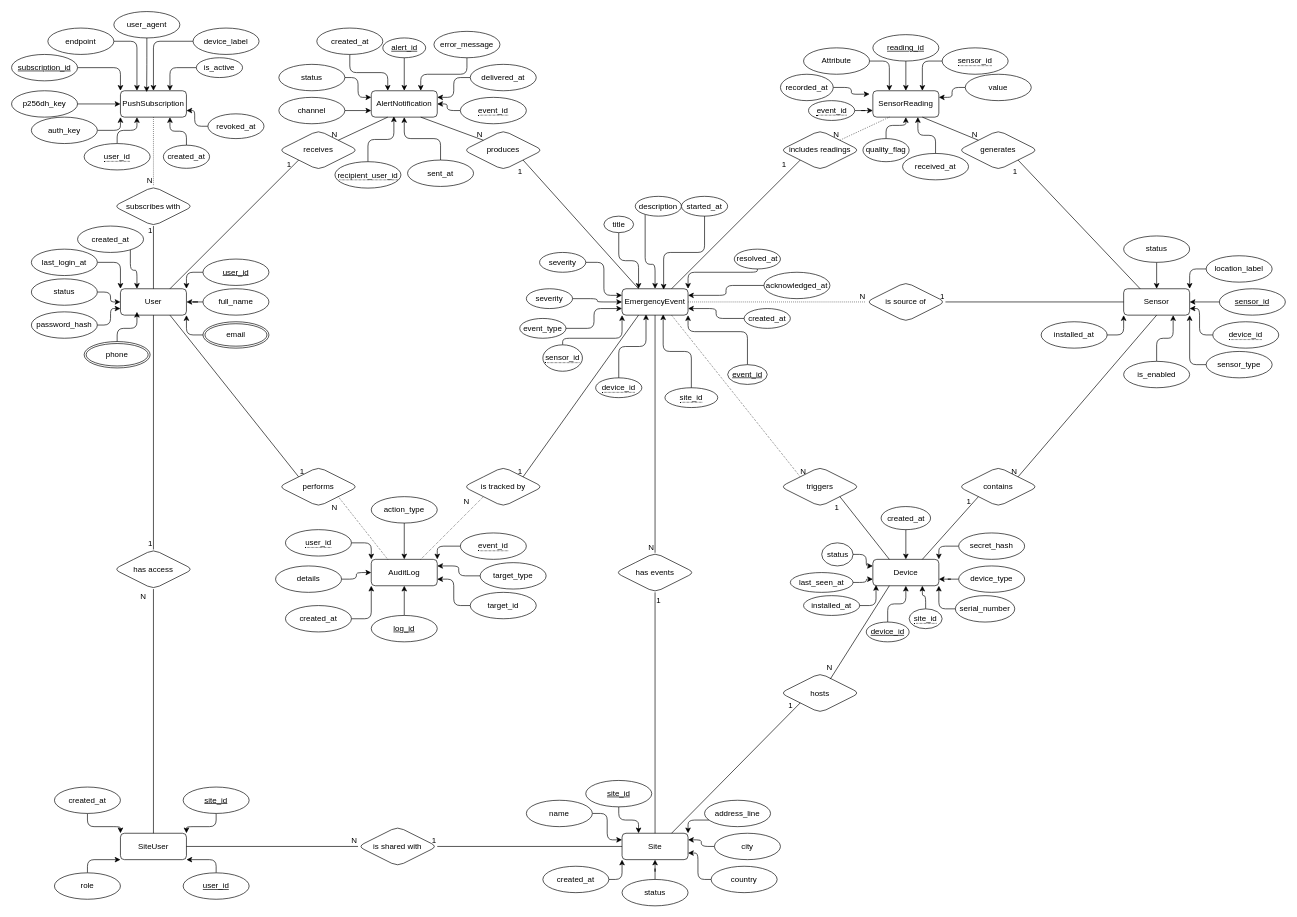
Above: docs/er-diagram.drawio in Komorb1/Grad-Project (draw.io), before the change. Source tidied: cells renumbered, new cells numbered last; positions are measured from the earlier drawing's top-left corner, leaving out a move shared by most shapes. Both pictures are drawn from the tidied source at 66%, with x=0, y=0 at pixel (11, 11).
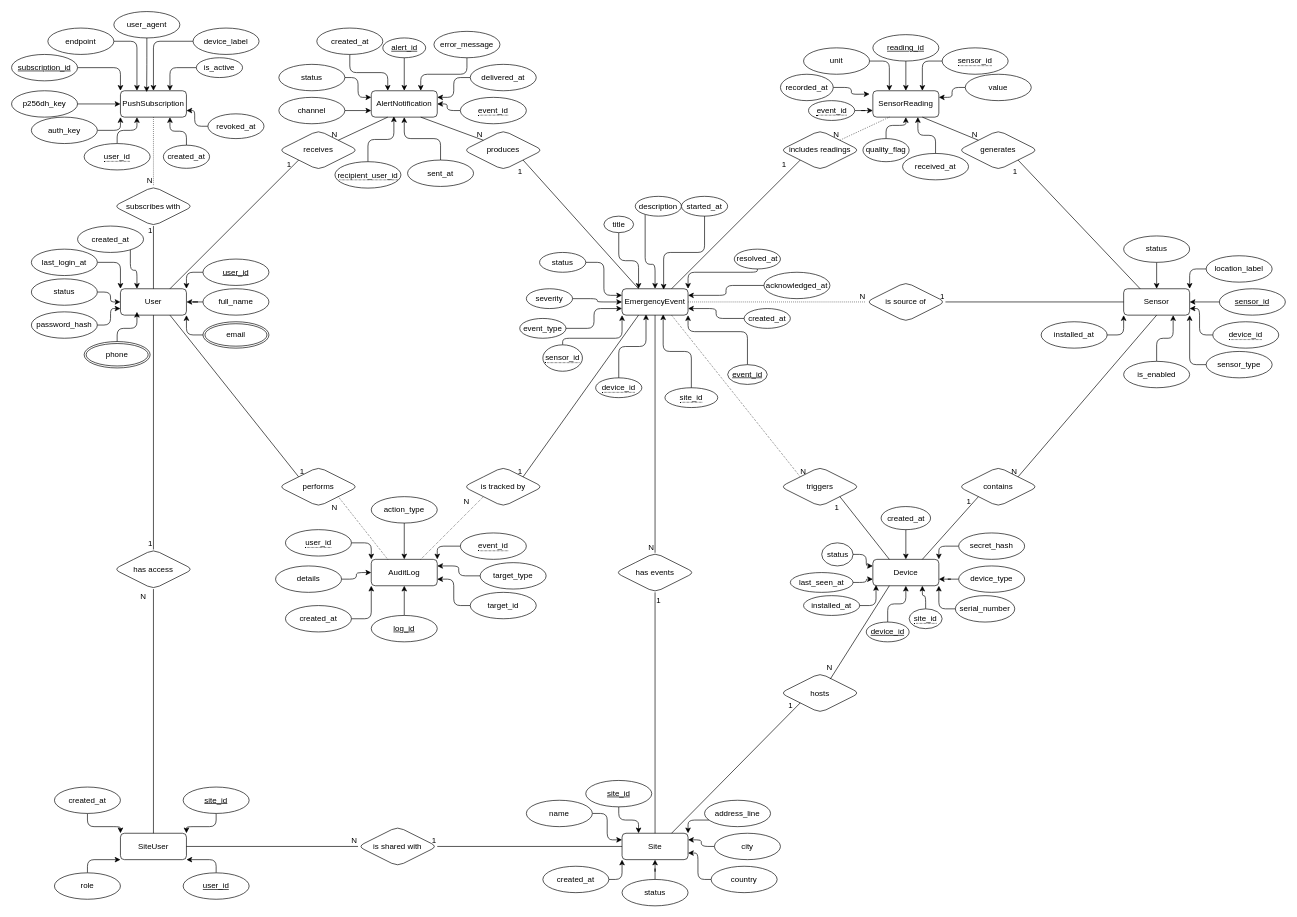
Above is the later version.

Change to the diagram source:
```diff
@@
-    <mxCell id="95" value="severity " style="ellipse;whiteSpace=wrap;html=1;align=center;rounded=1;" parent="1" vertex="1">
+    <mxCell id="95" value="status" style="ellipse;whiteSpace=wrap;html=1;align=center;rounded=1;" parent="1" vertex="1">
       <mxGeometry x="800" y="365" width="70" height="30" as="geometry" />
     </mxCell>
@@
-    <mxCell id="185" value="Attribute" style="ellipse;whiteSpace=wrap;html=1;align=center;rounded=1;" parent="1" vertex="1">
+    <mxCell id="185" value="unit" style="ellipse;whiteSpace=wrap;html=1;align=center;rounded=1;" parent="1" vertex="1">
       <mxGeometry x="1200" y="55" width="100" height="40" as="geometry" />
     </mxCell>
```
